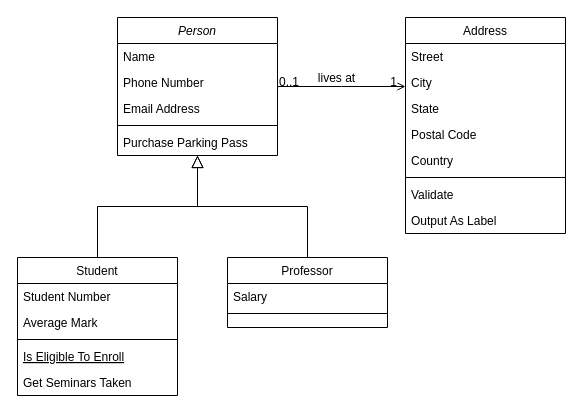
Above: Untitled Diagram.drawio in Raptstw/hello (draw.io), before the change. Source tidied: cells renumbered, new cells numbered last; positions are measured from the earlier drawing's top-left corner, leaving out a move shared by most shapes. Both pictures are drawn from the tidied source at 100%, with x=0, y=0 at pixel (17, 17).
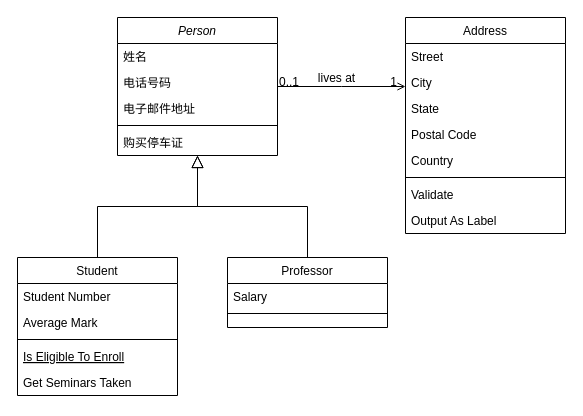
The same page after the edit.

Unchanged cells that the change refers to:
```xml
<mxCell id="2" value="Person" style="swimlane;fontStyle=2;align=center;verticalAlign=top;horizontal=1;startSize=26;rounded=0;shadow=0;strokeWidth=1;" parent="1" vertex="1">
  <mxGeometry x="100" width="160" height="138" as="geometry" />
</mxCell>
```

The edit, as a diff of the source:
```diff
@@
-    <mxCell id="3" value="Name" style="text;align=left;verticalAlign=top;spacingLeft=4;spacingRight=4;overflow=hidden;" parent="2" vertex="1">
+    <mxCell id="3" value="姓名" style="text;align=left;verticalAlign=top;spacingLeft=4;spacingRight=4;overflow=hidden;" parent="2" vertex="1">
       <mxGeometry y="26" width="160" height="26" as="geometry" />
     </mxCell>
-    <mxCell id="4" value="Phone Number" style="text;align=left;verticalAlign=top;spacingLeft=4;spacingRight=4;overflow=hidden;rounded=0;shadow=0;html=0;" parent="2" vertex="1">
+    <mxCell id="4" value="电话号码" style="text;align=left;verticalAlign=top;spacingLeft=4;spacingRight=4;overflow=hidden;rounded=0;shadow=0;html=0;" parent="2" vertex="1">
       <mxGeometry y="52" width="160" height="26" as="geometry" />
     </mxCell>
-    <mxCell id="5" value="Email Address" style="text;align=left;verticalAlign=top;spacingLeft=4;spacingRight=4;overflow=hidden;rounded=0;shadow=0;html=0;" parent="2" vertex="1">
+    <mxCell id="5" value="电子邮件地址" style="text;align=left;verticalAlign=top;spacingLeft=4;spacingRight=4;overflow=hidden;rounded=0;shadow=0;html=0;" parent="2" vertex="1">
       <mxGeometry y="78" width="160" height="26" as="geometry" />
     </mxCell>
@@
-    <mxCell id="7" value="Purchase Parking Pass" style="text;align=left;verticalAlign=top;spacingLeft=4;spacingRight=4;overflow=hidden;" parent="2" vertex="1">
+    <mxCell id="7" value="购买停车证" style="text;align=left;verticalAlign=top;spacingLeft=4;spacingRight=4;overflow=hidden;" parent="2" vertex="1">
       <mxGeometry y="112" width="160" height="26" as="geometry" />
     </mxCell>
```
